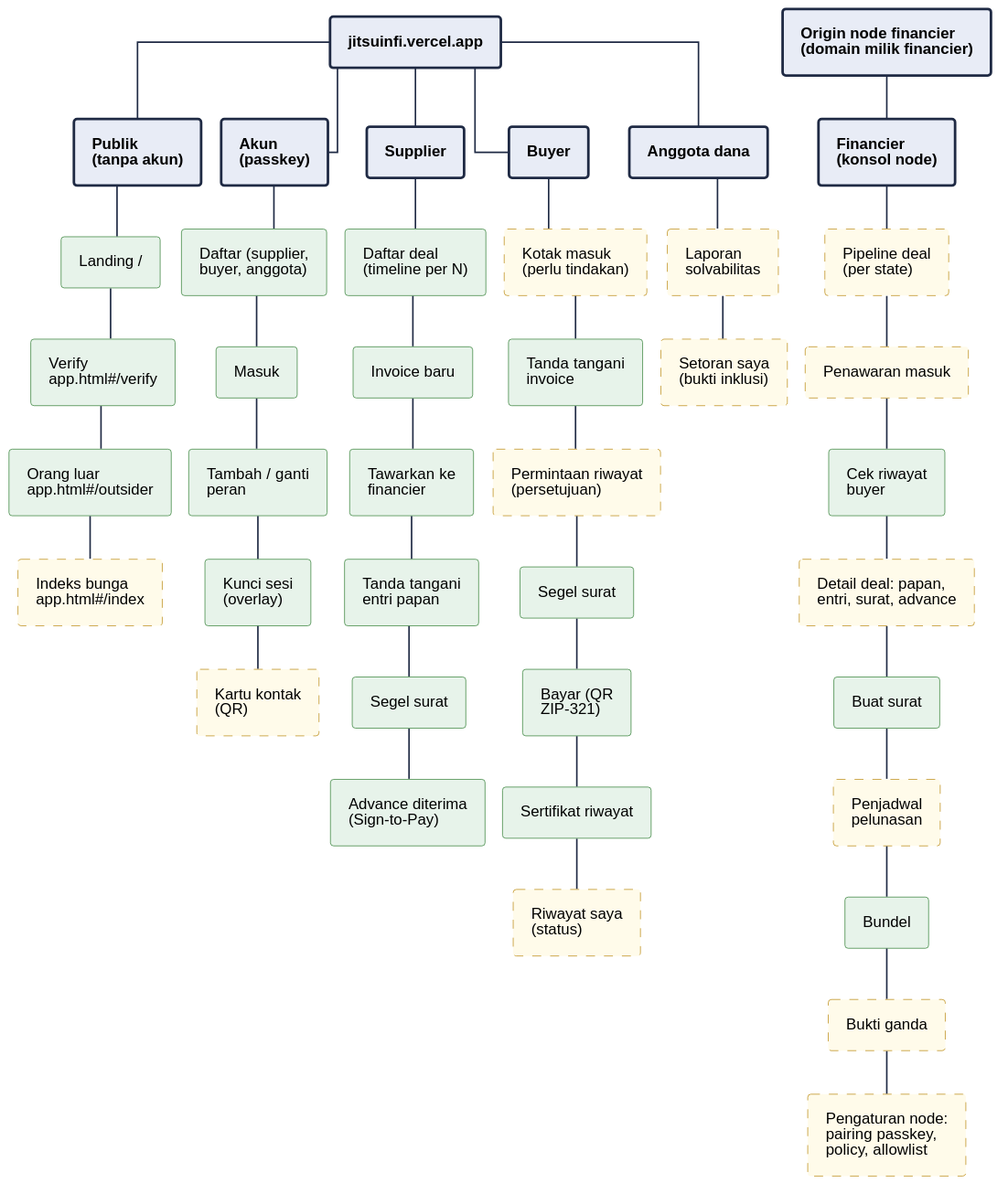
Above: 08-FlowDiagrams/assets/pg-01-pages.svg in JitsuinFi/jitsuinfi-vault (PlantUML), before the change.
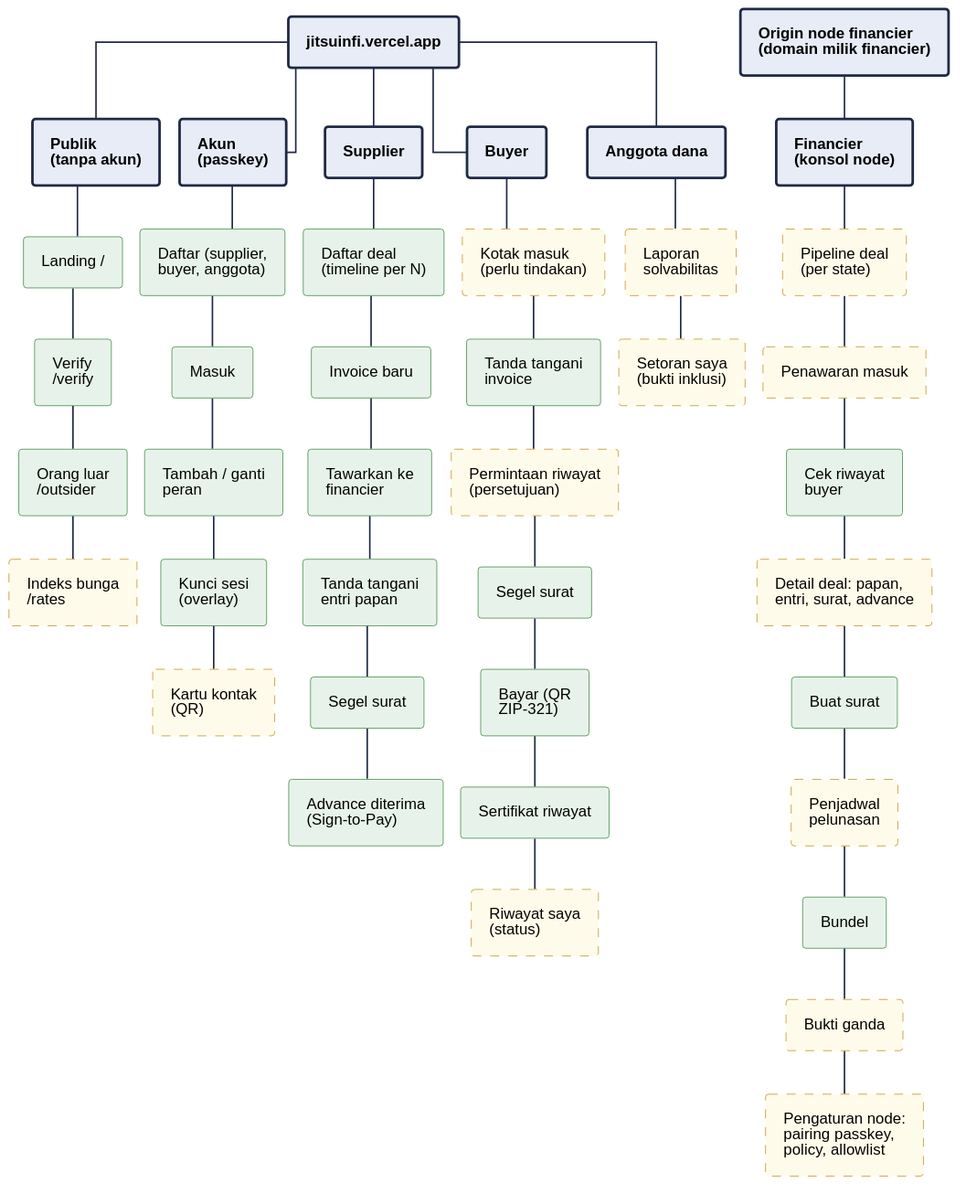
After the change.

Change to the diagram source:
```diff
@@ -32,9 +32,9 @@
 NODE -down- FIN
 ROOT -down- MEM
 rectangle "Landing /" <<have>> as p1
-rectangle "Verify\napp.html~#/verify" <<have>> as p2
-rectangle "Orang luar\napp.html~#/outsider" <<have>> as p3
-rectangle "Indeks bunga\napp.html~#/index" <<new>> as p4
+rectangle "Verify\n/verify" <<have>> as p2
+rectangle "Orang luar\n/outsider" <<have>> as p3
+rectangle "Indeks bunga\n/rates" <<new>> as p4
 PUB -down- p1
 p1 -down- p2
 p2 -down- p3
```
